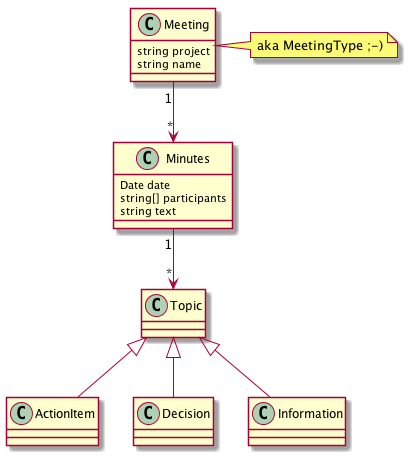
The PlantUML diagram doc/developer/classdiagram1.png in 4minitz/4minitz, before a commit.
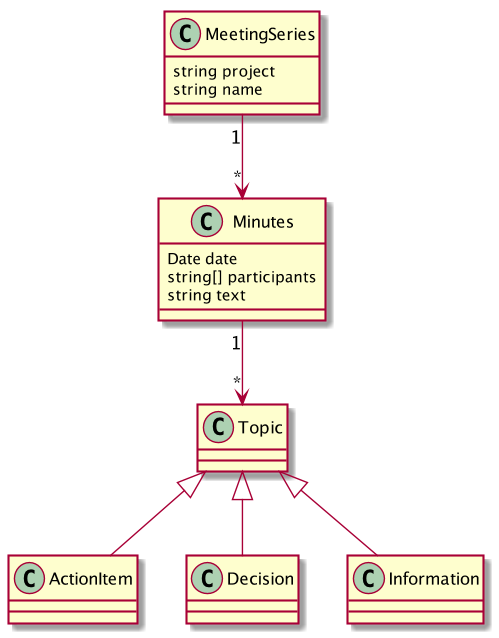
After the commit.

What changed in the source:
```diff
@@ -1,14 +1,13 @@
 @startuml
 
-Meeting "1" --> "*" Minutes
+MeetingSeries "1" --> "*" Minutes
 Minutes "1" --> "*" Topic
 Topic <|-- ActionItem
 Topic <|-- Decision
 Topic <|-- Information
 
-note right of Meeting: aka MeetingType ;-)
 
-class Meeting {
+class MeetingSeries {
     string project
     string name
 }
```
